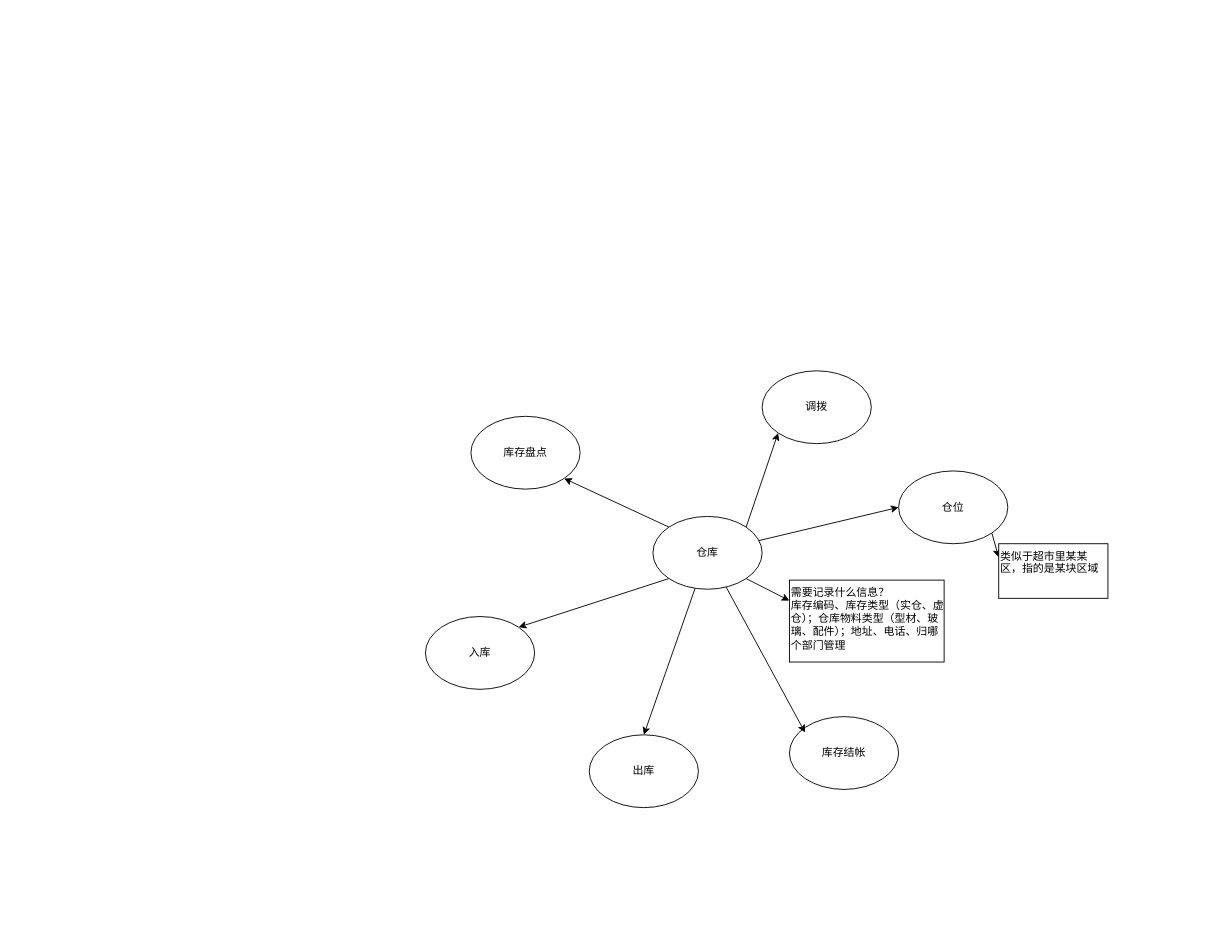
Above: ERP系统疏理.drawio in liepig1223/drawio (draw.io), before the change. Source tidied: cells renumbered, new cells numbered last; positions are measured from the earlier drawing's top-left corner, leaving out a move shared by most shapes. Both pictures are drawn from the tidied source at 91%, with x=0, y=0 at pixel (425, 370).
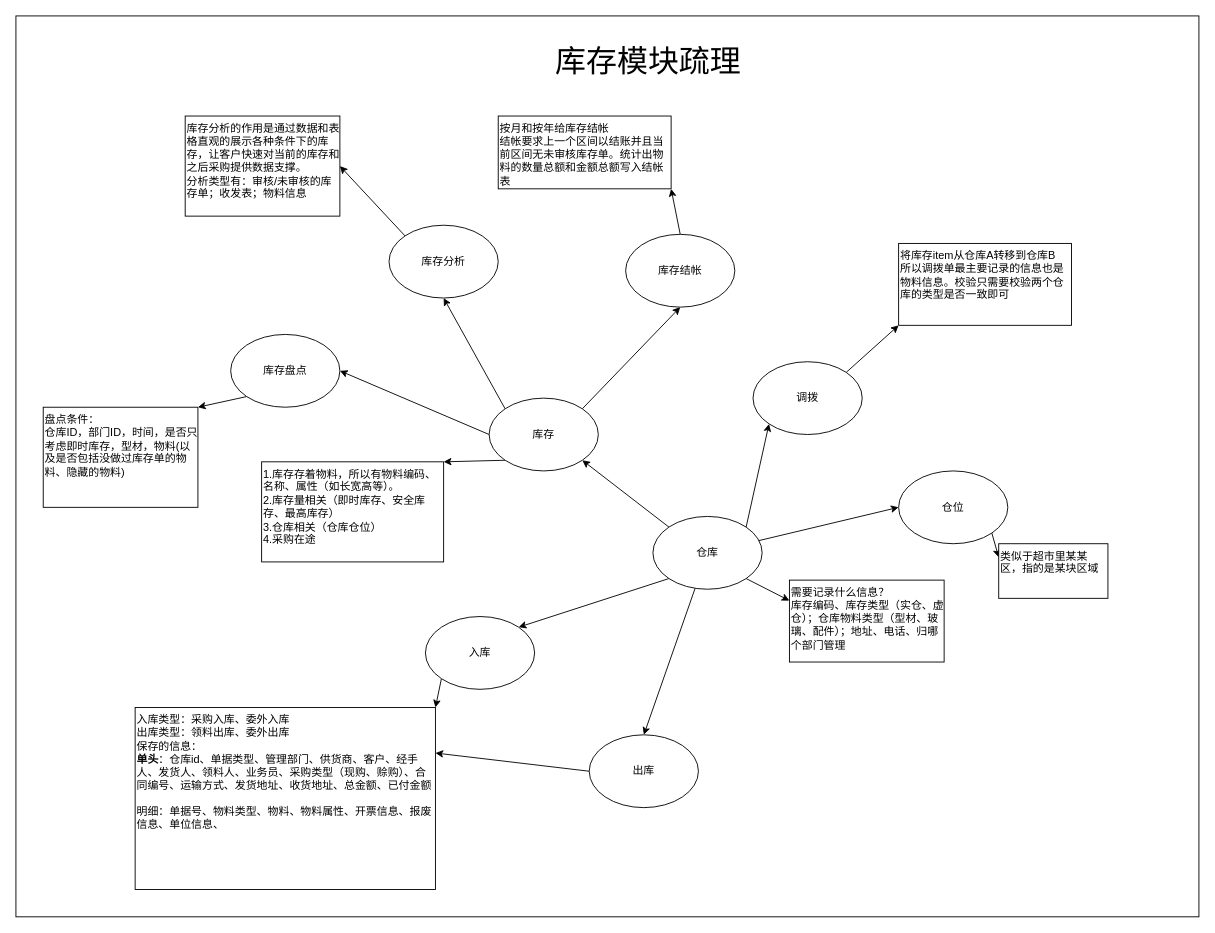
Above is the later version.

Commit message:
更新ERP系统疏理.drawio

Unchanged cells that the change refers to:
```xml
<mxCell id="8" value="仓库" style="ellipse;whiteSpace=wrap;html=1;" parent="1" vertex="1">
  <mxGeometry x="250" y="160" width="120" height="80" as="geometry" />
</mxCell>
<mxCell id="13" value="入库" style="ellipse;whiteSpace=wrap;html=1;" parent="1" vertex="1">
  <mxGeometry y="270" width="120" height="80" as="geometry" />
</mxCell>
<mxCell id="14" value="出库" style="ellipse;whiteSpace=wrap;html=1;" parent="1" vertex="1">
  <mxGeometry x="180" y="400" width="120" height="80" as="geometry" />
</mxCell>
```

The edit, as a diff of the source:
```diff
@@
+    <mxCell id="19" style="rounded=0;whiteSpace=wrap;html=1;labelBackgroundColor=none;" parent="1" vertex="1">
+      <mxGeometry x="-450" y="-390" width="1300" height="990" as="geometry" />
+    </mxCell>
@@
-    <mxCell id="5" style="edgeStyle=none;rounded=0;jettySize=auto;html=1;exitX=0;exitY=0;exitDx=0;exitDy=0;entryX=1;entryY=1;entryDx=0;entryDy=0;" parent="1" edge="1" source="8" target="15">
-      <mxGeometry relative="1" as="geometry" />
-    </mxCell>
@@
+    <mxCell id="20" style="edgeStyle=none;rounded=0;jettySize=auto;html=1;exitX=0;exitY=0;exitDx=0;exitDy=0;entryX=1;entryY=1;entryDx=0;entryDy=0;" parent="1" edge="1" source="8" target="29">
+      <mxGeometry relative="1" as="geometry" />
+    </mxCell>
@@
+    <mxCell id="21" style="edgeStyle=none;rounded=0;jettySize=auto;html=1;exitX=0;exitY=1;exitDx=0;exitDy=0;entryX=1;entryY=0;entryDx=0;entryDy=0;" parent="1" edge="1" source="13" target="24">
+      <mxGeometry relative="1" as="geometry" />
+    </mxCell>
@@
+    <mxCell id="22" style="edgeStyle=none;rounded=0;jettySize=auto;html=1;exitX=0;exitY=0.5;exitDx=0;exitDy=0;entryX=1;entryY=0.25;entryDx=0;entryDy=0;" parent="1" edge="1" source="14" target="24">
+      <mxGeometry relative="1" as="geometry" />
+    </mxCell>
@@
+    <mxCell id="23" style="edgeStyle=none;rounded=0;jettySize=auto;html=1;exitX=1;exitY=0;exitDx=0;exitDy=0;entryX=0;entryY=1;entryDx=0;entryDy=0;" parent="1" edge="1" source="16" target="37">
+      <mxGeometry relative="1" as="geometry" />
+    </mxCell>
+    <mxCell id="16" value="调拨" style="ellipse;whiteSpace=wrap;html=1;" parent="1" vertex="1">
+      <mxGeometry x="360" y="-10" width="120" height="80" as="geometry" />
+    </mxCell>
+    <mxCell id="24" value="&lt;div&gt;入库类型：采购入库、委外入库&lt;/div&gt;&lt;div&gt;出库类型：领料出库、委外出库&lt;br&gt;&lt;/div&gt;&lt;div&gt;保存的信息：&lt;/div&gt;&lt;div&gt;&lt;div class=&quot;lake-content&quot;&gt;&lt;strong&gt;&lt;span class=&quot;ne-text&quot;&gt;单头&lt;/span&gt;&lt;/strong&gt;&lt;span class=&quot;ne-text&quot;&gt;：仓库id、单据类型、管理部门、供货商、客户、经手人、发货人、领料人、业务员、采购类型（现购、赊购）、合同编号、运输方式、发货地址、收货地址、总金额、已付金额&lt;/span&gt;&lt;/div&gt;&lt;div class=&quot;lake-content&quot;&gt;&lt;span class=&quot;ne-text&quot;&gt;&lt;br&gt;&lt;/span&gt;&lt;/div&gt;&lt;/div&gt;明细：单据号、物料类型、物料、物料属性、开票信息、报废信息、单位信息、" style="rounded=0;whiteSpace=wrap;html=1;verticalAlign=top;align=left;" parent="1" vertex="1">
+      <mxGeometry x="-319" y="370" width="330" height="200" as="geometry" />
+    </mxCell>
+    <mxCell id="25" style="edgeStyle=none;rounded=0;jettySize=auto;html=1;exitX=0;exitY=0.5;exitDx=0;exitDy=0;entryX=1;entryY=0.5;entryDx=0;entryDy=0;" parent="1" edge="1" source="29" target="15">
+      <mxGeometry relative="1" as="geometry" />
+    </mxCell>
+    <mxCell id="26" style="edgeStyle=none;rounded=0;jettySize=auto;html=1;exitX=1;exitY=0;exitDx=0;exitDy=0;entryX=0.5;entryY=1;entryDx=0;entryDy=0;" parent="1" edge="1" source="29" target="17">
+      <mxGeometry relative="1" as="geometry" />
+    </mxCell>
+    <mxCell id="27" style="edgeStyle=none;rounded=0;jettySize=auto;html=1;exitX=0;exitY=1;exitDx=0;exitDy=0;entryX=1;entryY=0;entryDx=0;entryDy=0;" parent="1" edge="1" source="29" target="32">
+      <mxGeometry relative="1" as="geometry" />
+    </mxCell>
+    <mxCell id="28" style="edgeStyle=none;rounded=0;jettySize=auto;html=1;exitX=0;exitY=0;exitDx=0;exitDy=0;entryX=0.5;entryY=1;entryDx=0;entryDy=0;" parent="1" edge="1" source="29" target="35">
+      <mxGeometry relative="1" as="geometry" />
+    </mxCell>
+    <mxCell id="29" value="库存" style="ellipse;whiteSpace=wrap;html=1;" parent="1" vertex="1">
+      <mxGeometry x="70" y="30" width="120" height="80" as="geometry" />
+    </mxCell>
+    <mxCell id="30" style="edgeStyle=none;rounded=0;jettySize=auto;html=1;exitX=0;exitY=1;exitDx=0;exitDy=0;entryX=1;entryY=0;entryDx=0;entryDy=0;" parent="1" edge="1" source="15" target="33">
+      <mxGeometry relative="1" as="geometry" />
+    </mxCell>
     <mxCell id="15" value="库存盘点" style="ellipse;whiteSpace=wrap;html=1;" parent="1" vertex="1">
-      <mxGeometry x="50" y="50" width="120" height="80" as="geometry" />
+      <mxGeometry x="-214" y="-40" width="120" height="80" as="geometry" />
     </mxCell>
-    <mxCell id="16" value="调拨" style="ellipse;whiteSpace=wrap;html=1;" parent="1" vertex="1">
-      <mxGeometry x="370" width="120" height="80" as="geometry" />
-    </mxCell>
+    <mxCell id="31" style="edgeStyle=none;rounded=0;jettySize=auto;html=1;exitX=0.5;exitY=0;exitDx=0;exitDy=0;entryX=1;entryY=1;entryDx=0;entryDy=0;" parent="1" edge="1" source="17" target="38">
+      <mxGeometry relative="1" as="geometry" />
+    </mxCell>
     <mxCell id="17" value="库存结帐" style="ellipse;whiteSpace=wrap;html=1;" parent="1" vertex="1">
-      <mxGeometry x="400" y="380" width="120" height="80" as="geometry" />
+      <mxGeometry x="220" y="-150" width="120" height="80" as="geometry" />
     </mxCell>
-    <mxCell id="18" style="edgeStyle=none;rounded=0;jettySize=auto;html=1;entryX=0.143;entryY=0.218;entryDx=0;entryDy=0;entryPerimeter=0;" parent="1" edge="1" source="8" target="17">
-      <mxGeometry relative="1" as="geometry" />
-    </mxCell>
+    <mxCell id="32" value="&lt;div&gt;1.库存存着物料，所以有物料编码、名称、属性（如长宽高等）。&lt;/div&gt;&lt;div&gt;2.库存量相关（即时库存、安全库存、最高库存）&lt;/div&gt;&lt;div&gt;3.仓库相关（仓库仓位）&lt;/div&gt;&lt;div&gt;4.采购在途&lt;br&gt;&lt;/div&gt;" style="rounded=0;whiteSpace=wrap;html=1;verticalAlign=top;align=left;" parent="1" vertex="1">
+      <mxGeometry x="-180" y="100" width="200" height="110" as="geometry" />
+    </mxCell>
+    <mxCell id="33" value="盘点条件：&lt;div class=&quot;lake-content&quot;&gt;&lt;span class=&quot;ne-text&quot;&gt;仓库ID，部门ID，时间，是否只考虑即时库存，型材，物料(以及是否包括没做过库存单的物料、隐藏的物料)&lt;/span&gt;&lt;/div&gt;" style="rounded=0;whiteSpace=wrap;html=1;verticalAlign=top;align=left;" parent="1" vertex="1">
+      <mxGeometry x="-420" y="40" width="170" height="110" as="geometry" />
+    </mxCell>
+    <mxCell id="34" style="edgeStyle=none;rounded=0;jettySize=auto;html=1;exitX=0;exitY=0;exitDx=0;exitDy=0;entryX=1;entryY=0.5;entryDx=0;entryDy=0;" parent="1" edge="1" source="35" target="36">
+      <mxGeometry relative="1" as="geometry" />
+    </mxCell>
+    <mxCell id="35" value="库存分析" style="ellipse;whiteSpace=wrap;html=1;" parent="1" vertex="1">
+      <mxGeometry x="-40" y="-160" width="120" height="80" as="geometry" />
+    </mxCell>
+    <mxCell id="36" value="&lt;div&gt;库存分析的作用是通过数据和表格直观的展示各种条件下的库存，让客户快速对当前的库存和之后采购提供数据支撑。&lt;/div&gt;&lt;div&gt;分析类型有：审核/未审核的库存单；收发表；物料信息&lt;br&gt;&lt;/div&gt;" style="rounded=0;whiteSpace=wrap;html=1;align=left;verticalAlign=top;" parent="1" vertex="1">
+      <mxGeometry x="-264" y="-280" width="170" height="110" as="geometry" />
+    </mxCell>
+    <mxCell id="37" value="&lt;div&gt;将库存item从仓库A转移到仓库B&lt;/div&gt;&lt;div&gt;所以调拨单最主要记录的信息也是物料信息。校验只需要校验两个仓库的类型是否一致即可&lt;br&gt;&lt;/div&gt;" style="rounded=0;whiteSpace=wrap;html=1;verticalAlign=top;align=left;" parent="1" vertex="1">
+      <mxGeometry x="520" y="-140" width="190" height="90" as="geometry" />
+    </mxCell>
+    <mxCell id="38" value="&lt;div&gt;按月和按年给库存结帐&lt;/div&gt;&lt;div&gt;结帐要求上一个区间以结账并且当前区间无未审核库存单。统计出物料的数量总额和金额总额写入结帐表&lt;br&gt;&lt;/div&gt;" style="rounded=0;whiteSpace=wrap;html=1;align=left;verticalAlign=top;" parent="1" vertex="1">
+      <mxGeometry x="80" y="-280" width="190" height="80" as="geometry" />
+    </mxCell>
+    <mxCell id="39" value="库存模块疏理" style="text;html=1;align=center;verticalAlign=middle;whiteSpace=wrap;rounded=0;fontSize=34;" parent="1" vertex="1">
+      <mxGeometry x="120" y="-370" width="250" height="60" as="geometry" />
+    </mxCell>
```
